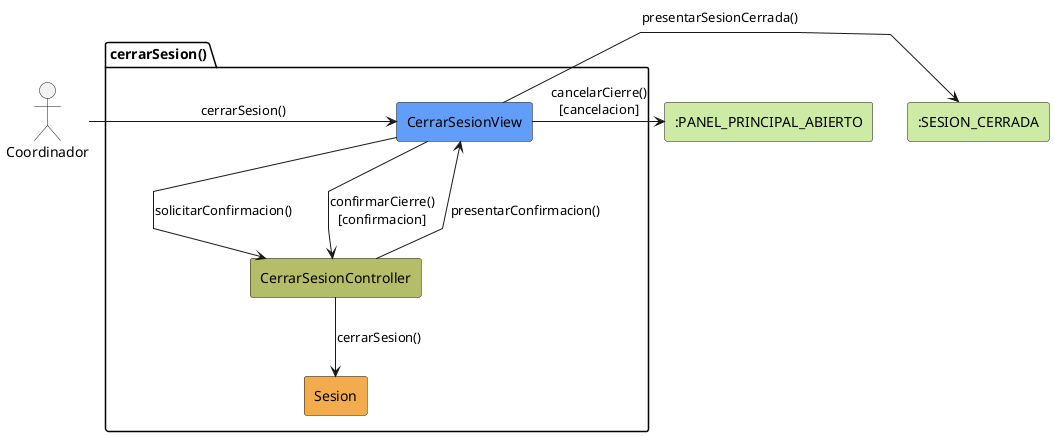
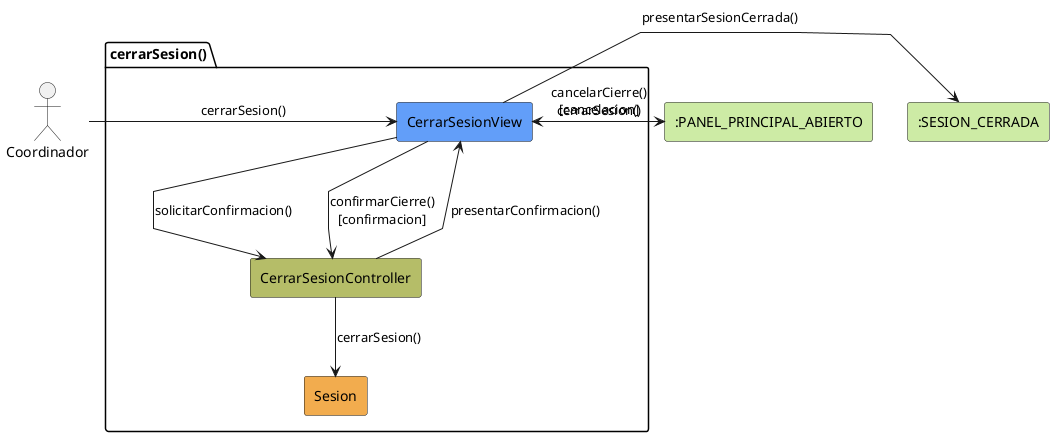
@startuml cerrarSesion-analisis
skinparam linetype polyline

actor Coordinador

package cerrarSesion as "cerrarSesion()" {
    rectangle #629EF9 CerrarSesionView
    rectangle #b5bd68 CerrarSesionController
    rectangle #F2AC4E Sesion
}

rectangle #CDEBA5 ":PANEL_PRINCIPAL_ABIERTO" as PanelPrincipalAbierto
rectangle #CDEBA5 ":SESION_CERRADA" as SesionCerrada

Coordinador -r-> CerrarSesionView: cerrarSesion()

+ PanelPrincipalAbierto -r-> CerrarSesionView: cerrarSesion()
+ 
CerrarSesionView -d-> CerrarSesionController: solicitarConfirmacion()

CerrarSesionController --> CerrarSesionView: presentarConfirmacion()

CerrarSesionView -r-> PanelPrincipalAbierto: cancelarCierre()\n[cancelacion]

CerrarSesionView --> CerrarSesionController: confirmarCierre()\n[confirmacion]

CerrarSesionController --> Sesion: cerrarSesion()

CerrarSesionView -r-> SesionCerrada: presentarSesionCerrada()

@enduml
